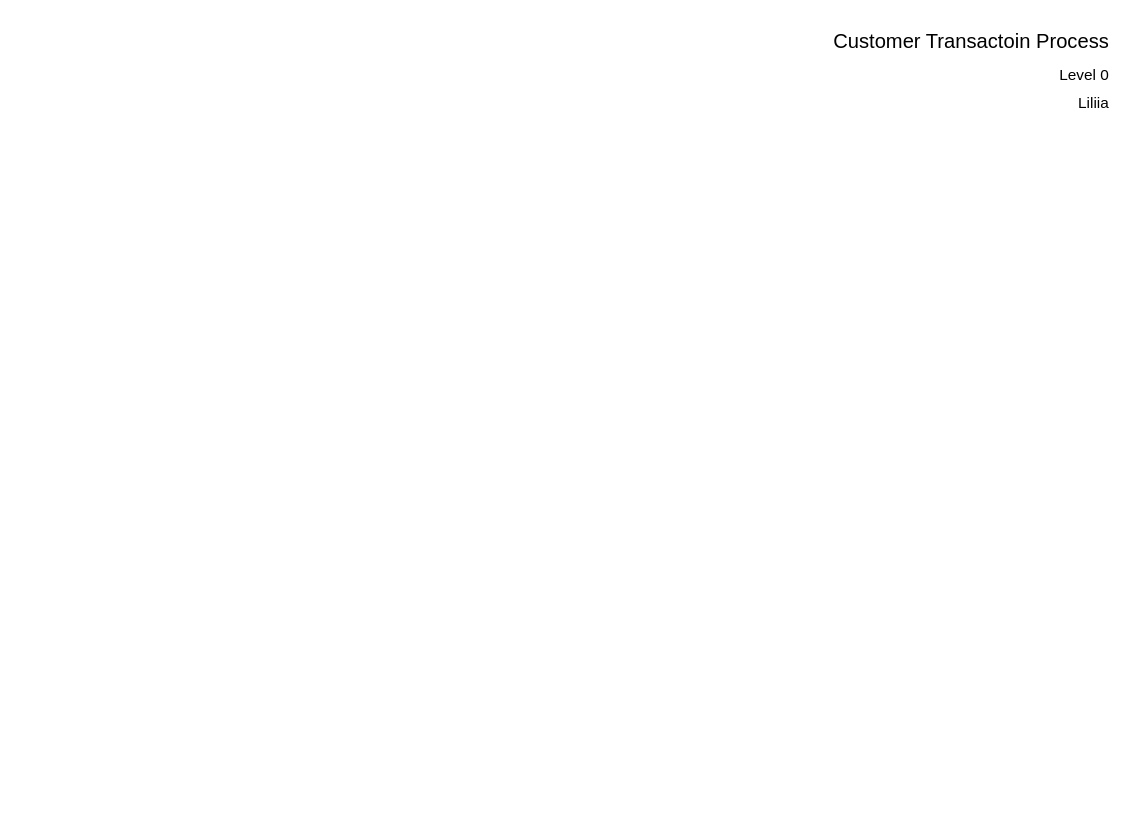
lil971/FirstRepository keeps this draw.io diagram as Untitled Diagram_2.drawio. Above is the earlier version. Source tidied: cells renumbered, new cells numbered last; positions are measured from the earlier drawing's top-left corner, leaving out a move shared by most shapes. Both pictures are drawn from the tidied source at 96%, with x=0, y=0 at pixel (16, 16).
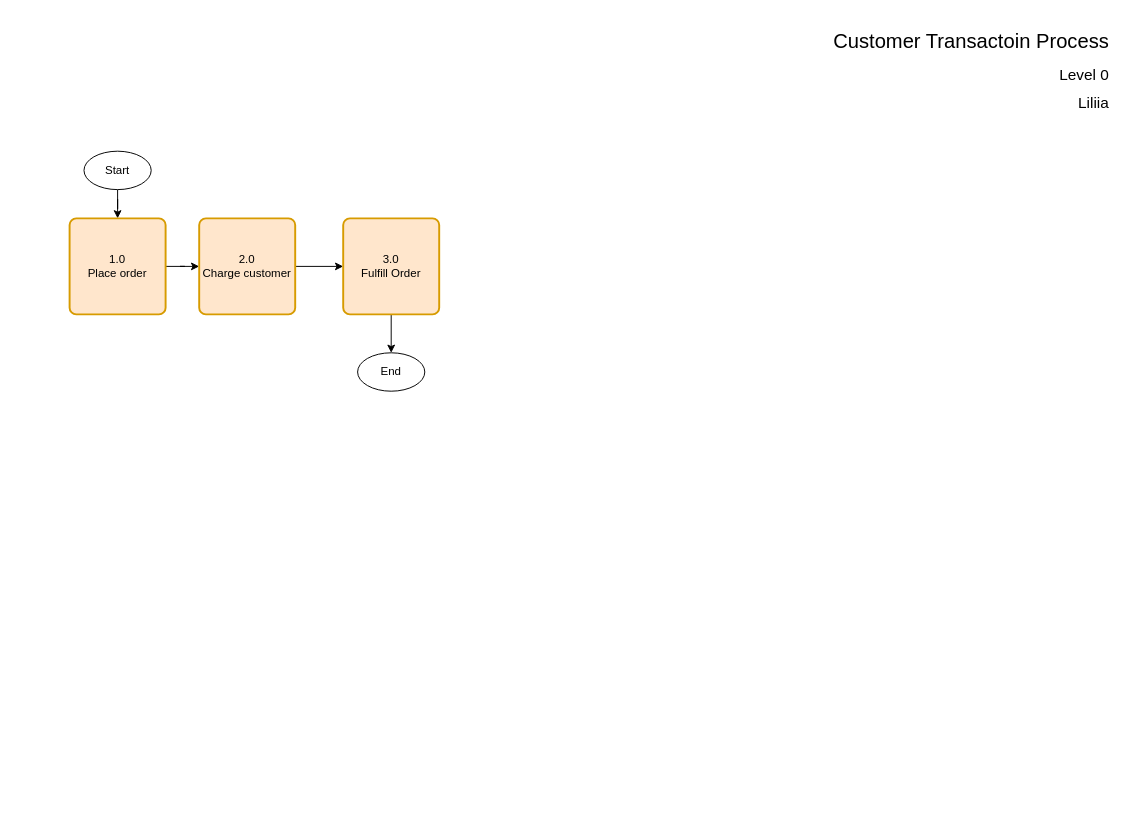
After the change.

Diff of the diagram source:
```diff
@@
 <mxGraphModel>
   <root>
     <mxCell id="0" />
     <mxCell id="1" parent="0" />
     <mxCell id="2" value="&lt;font style=&quot;font-size: 21px&quot;&gt;Customer Transactoin Process&lt;/font&gt;" style="rounded=0;whiteSpace=wrap;html=1;strokeColor=none;fillColor=#FFFFFF;fontSize=12;align=right;" parent="1" vertex="1">
       <mxGeometry x="10" width="1130" height="50" as="geometry" />
     </mxCell>
     <mxCell id="3" value="&lt;span style=&quot;font-size: 16px&quot;&gt;Liliia&lt;/span&gt;" style="rounded=0;whiteSpace=wrap;html=1;strokeColor=none;fillColor=#FFFFFF;fontSize=12;align=right;" parent="1" vertex="1">
       <mxGeometry x="20" y="79" width="1120" height="20" as="geometry" />
     </mxCell>
     <mxCell id="4" style="rounded=0;whiteSpace=wrap;html=1;strokeColor=none;fillColor=#FFFFFF;fontSize=12;fontColor=#4A4A4A;align=right;" parent="1" vertex="1">
       <mxGeometry y="812" width="1150" height="1" as="geometry" />
     </mxCell>
     <mxCell id="5" value="&lt;span style=&quot;font-size: 16px&quot;&gt;Level 0&lt;/span&gt;" style="rounded=0;whiteSpace=wrap;html=1;strokeColor=none;fillColor=#FFFFFF;fontSize=12;align=right;" parent="1" vertex="1">
       <mxGeometry x="20" y="50" width="1120" height="20" as="geometry" />
     </mxCell>
+    <mxCell id="6" style="edgeStyle=orthogonalEdgeStyle;rounded=0;jettySize=auto;html=1;" parent="1" edge="1" source="7" target="9">
+      <mxGeometry relative="1" as="geometry" />
+    </mxCell>
+    <mxCell id="7" value="Start" style="ellipse;whiteSpace=wrap;html=1;" parent="1" vertex="1">
+      <mxGeometry x="70" y="140" width="70" height="40" as="geometry" />
+    </mxCell>
+    <mxCell id="8" style="edgeStyle=orthogonalEdgeStyle;rounded=0;jettySize=auto;html=1;" parent="1" edge="1" source="9" target="11">
+      <mxGeometry relative="1" as="geometry" />
+    </mxCell>
+    <mxCell id="9" value="1.0&lt;br&gt;Place order" style="rounded=1;whiteSpace=wrap;html=1;absoluteArcSize=1;arcSize=14;strokeWidth=2;fillColor=#ffe6cc;strokeColor=#d79b00;" parent="1" vertex="1">
+      <mxGeometry x="55" y="210" width="100" height="100" as="geometry" />
+    </mxCell>
+    <mxCell id="10" style="edgeStyle=orthogonalEdgeStyle;rounded=0;jettySize=auto;html=1;" parent="1" edge="1" source="11" target="13">
+      <mxGeometry relative="1" as="geometry" />
+    </mxCell>
+    <mxCell id="11" value="2.0&lt;br&gt;Charge customer" style="rounded=1;whiteSpace=wrap;html=1;absoluteArcSize=1;arcSize=14;strokeWidth=2;fillColor=#ffe6cc;strokeColor=#d79b00;" parent="1" vertex="1">
+      <mxGeometry x="190" y="210" width="100" height="100" as="geometry" />
+    </mxCell>
+    <mxCell id="12" style="edgeStyle=orthogonalEdgeStyle;rounded=0;jettySize=auto;html=1;" parent="1" edge="1" source="13" target="14">
+      <mxGeometry relative="1" as="geometry" />
+    </mxCell>
+    <mxCell id="13" value="3.0&lt;br&gt;Fulfill Order" style="rounded=1;whiteSpace=wrap;html=1;absoluteArcSize=1;arcSize=14;strokeWidth=2;fillColor=#ffe6cc;strokeColor=#d79b00;" parent="1" vertex="1">
+      <mxGeometry x="340" y="210" width="100" height="100" as="geometry" />
+    </mxCell>
+    <mxCell id="14" value="End" style="ellipse;whiteSpace=wrap;html=1;" parent="1" vertex="1">
+      <mxGeometry x="355" y="350" width="70" height="40" as="geometry" />
+    </mxCell>
   </root>
 </mxGraphModel>
```
